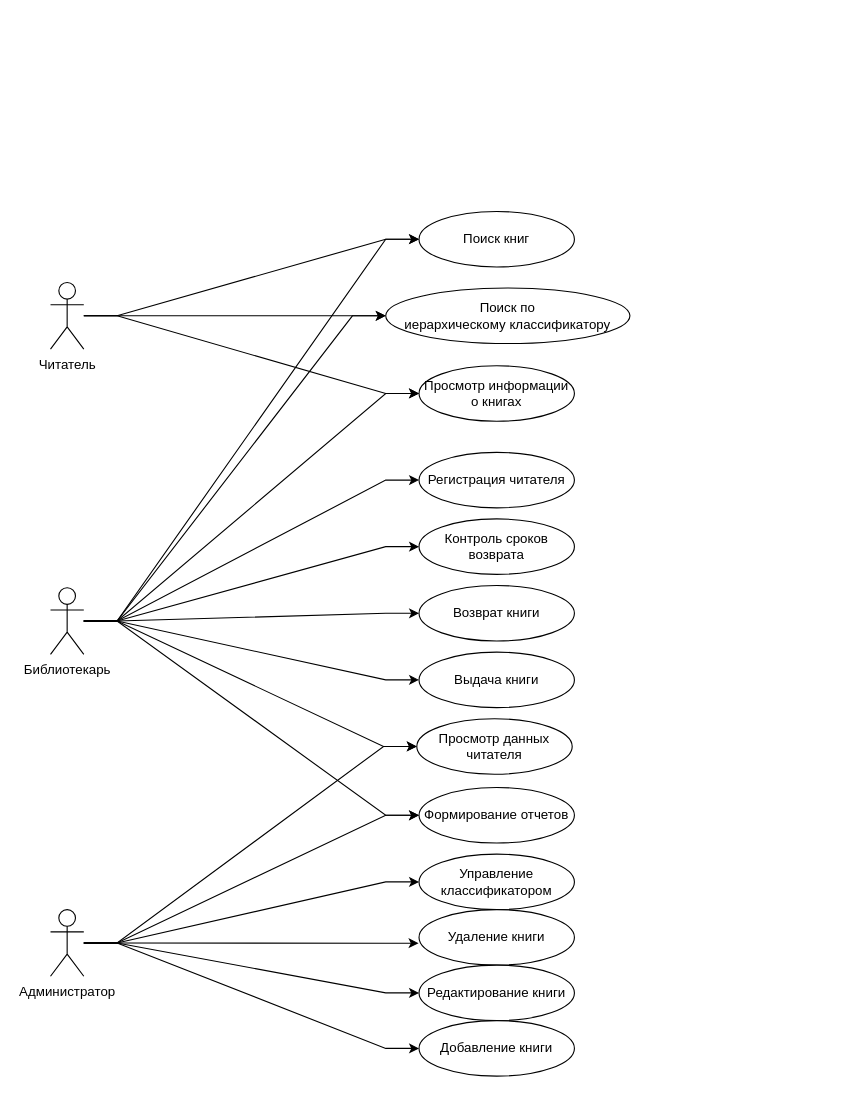
Before: page "UseCase" (1 of 4) of db_design.drawio in Alivaros/Course_Project_DB, a draw.io diagram. Source tidied: cells renumbered, new cells numbered last; positions are measured from the earlier drawing's top-left corner, leaving out a move shared by most shapes. Both pictures are drawn from the tidied source at 111%, with x=0, y=0 at pixel (50, 211).
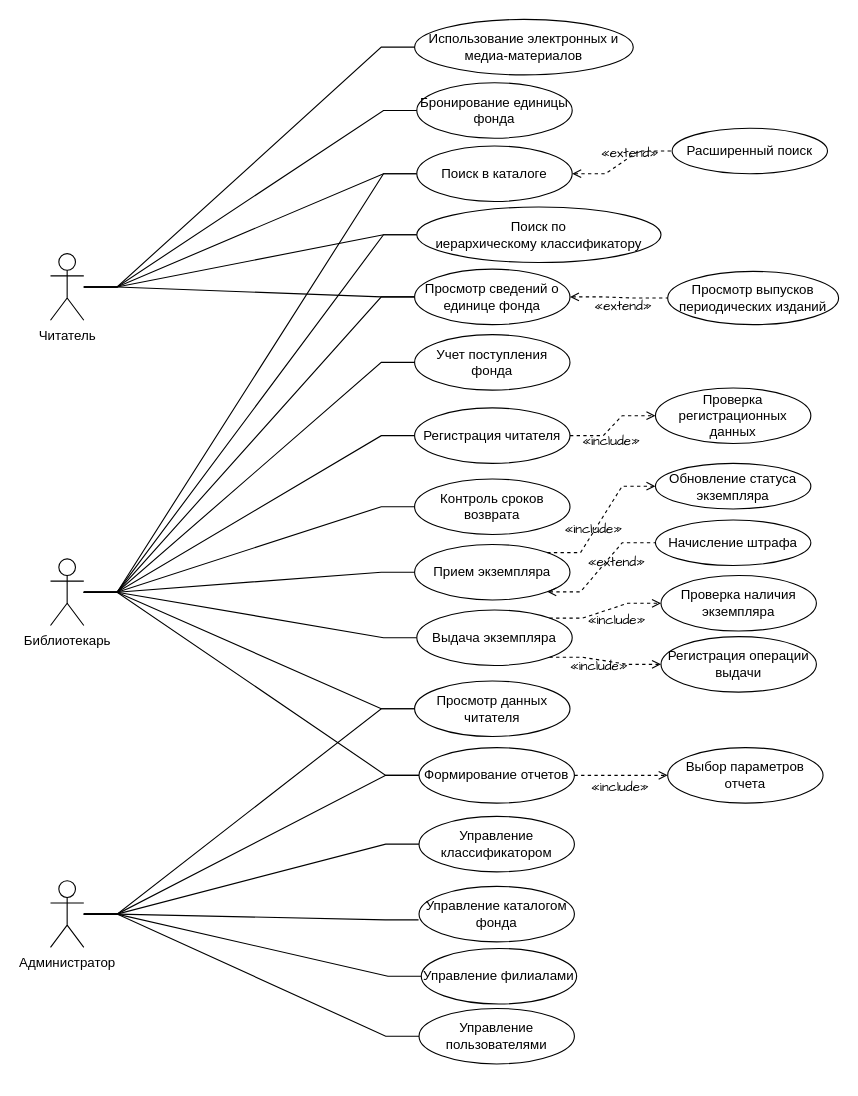
The same page after the edit.

Diff of the diagram source:
```diff
@@
-    <mxCell id="2" style="edgeStyle=entityRelationEdgeStyle;rounded=0;jettySize=auto;html=1;entryX=0;entryY=0.5;entryDx=0;entryDy=0;" parent="1" edge="1" source="5" target="21">
+    <mxCell id="2" style="edgeStyle=entityRelationEdgeStyle;rounded=0;jettySize=auto;html=1;entryX=0;entryY=0.5;entryDx=0;entryDy=0;endArrow=none;endFill=0;" parent="1" edge="1" source="5" target="21">
       <mxGeometry relative="1" as="geometry" />
     </mxCell>
-    <mxCell id="3" style="edgeStyle=entityRelationEdgeStyle;rounded=0;jettySize=auto;html=1;entryX=0;entryY=0.5;entryDx=0;entryDy=0;" parent="1" edge="1" source="5" target="22">
+    <mxCell id="3" style="edgeStyle=entityRelationEdgeStyle;rounded=0;jettySize=auto;html=1;entryX=0;entryY=0.5;entryDx=0;entryDy=0;endArrow=none;endFill=0;" parent="1" edge="1" source="5" target="22">
       <mxGeometry relative="1" as="geometry" />
     </mxCell>
-    <mxCell id="4" style="edgeStyle=entityRelationEdgeStyle;rounded=0;jettySize=auto;html=1;entryX=0;entryY=0.5;entryDx=0;entryDy=0;" parent="1" edge="1" source="5" target="23">
+    <mxCell id="4" style="edgeStyle=entityRelationEdgeStyle;rounded=0;jettySize=auto;html=1;entryX=0;entryY=0.5;entryDx=0;entryDy=0;endArrow=none;endFill=0;" parent="1" edge="1" source="5" target="23">
       <mxGeometry relative="1" as="geometry" />
     </mxCell>
     <mxCell id="5" value="Читатель" style="shape=umlActor;verticalLabelPosition=bottom;verticalAlign=top;html=1;outlineConnect=0;" parent="1" vertex="1">
-      <mxGeometry y="64" width="30" height="60" as="geometry" />
+      <mxGeometry y="38" width="30" height="60" as="geometry" />
     </mxCell>
-    <mxCell id="6" style="edgeStyle=entityRelationEdgeStyle;rounded=0;jettySize=auto;html=1;entryX=0;entryY=0.5;entryDx=0;entryDy=0;" parent="1" edge="1" source="15" target="29">
+    <mxCell id="6" style="edgeStyle=entityRelationEdgeStyle;rounded=0;jettySize=auto;html=1;entryX=0;entryY=0.5;entryDx=0;entryDy=0;endArrow=none;endFill=0;" parent="1" edge="1" source="15" target="29">
       <mxGeometry relative="1" as="geometry" />
     </mxCell>
-    <mxCell id="7" style="edgeStyle=entityRelationEdgeStyle;rounded=0;jettySize=auto;html=1;entryX=0;entryY=0.5;entryDx=0;entryDy=0;" parent="1" edge="1" source="15" target="26">
+    <mxCell id="7" style="edgeStyle=entityRelationEdgeStyle;rounded=0;jettySize=auto;html=1;entryX=0;entryY=0.5;entryDx=0;entryDy=0;endArrow=none;endFill=0;" parent="1" edge="1" source="15" target="26">
       <mxGeometry relative="1" as="geometry" />
     </mxCell>
-    <mxCell id="8" style="edgeStyle=entityRelationEdgeStyle;rounded=0;jettySize=auto;html=1;entryX=0;entryY=0.5;entryDx=0;entryDy=0;" parent="1" edge="1" source="15" target="28">
+    <mxCell id="8" style="edgeStyle=entityRelationEdgeStyle;rounded=0;jettySize=auto;html=1;entryX=0;entryY=0.5;entryDx=0;entryDy=0;endArrow=none;endFill=0;" parent="1" edge="1" source="15" target="28">
       <mxGeometry relative="1" as="geometry" />
     </mxCell>
-    <mxCell id="9" style="edgeStyle=entityRelationEdgeStyle;rounded=0;jettySize=auto;html=1;entryX=0;entryY=0.5;entryDx=0;entryDy=0;" parent="1" edge="1" source="15" target="27">
+    <mxCell id="9" style="edgeStyle=entityRelationEdgeStyle;rounded=0;jettySize=auto;html=1;entryX=0;entryY=0.5;entryDx=0;entryDy=0;endArrow=none;endFill=0;" parent="1" edge="1" source="15" target="27">
       <mxGeometry relative="1" as="geometry" />
     </mxCell>
-    <mxCell id="10" style="edgeStyle=entityRelationEdgeStyle;rounded=0;jettySize=auto;html=1;entryX=0;entryY=0.5;entryDx=0;entryDy=0;" parent="1" edge="1" source="15" target="25">
+    <mxCell id="10" style="edgeStyle=entityRelationEdgeStyle;rounded=0;jettySize=auto;html=1;entryX=0;entryY=0.5;entryDx=0;entryDy=0;endArrow=none;endFill=0;" parent="1" edge="1" source="15" target="25">
       <mxGeometry relative="1" as="geometry" />
     </mxCell>
-    <mxCell id="11" style="edgeStyle=entityRelationEdgeStyle;rounded=0;jettySize=auto;html=1;entryX=0;entryY=0.5;entryDx=0;entryDy=0;" parent="1" edge="1" source="15" target="24">
+    <mxCell id="11" style="edgeStyle=entityRelationEdgeStyle;rounded=0;jettySize=auto;html=1;entryX=0;entryY=0.5;entryDx=0;entryDy=0;endArrow=none;endFill=0;" parent="1" edge="1" source="15" target="24">
       <mxGeometry relative="1" as="geometry" />
     </mxCell>
-    <mxCell id="12" style="edgeStyle=entityRelationEdgeStyle;rounded=0;jettySize=auto;html=1;entryX=0;entryY=0.5;entryDx=0;entryDy=0;" parent="1" edge="1" source="15" target="21">
+    <mxCell id="12" style="edgeStyle=entityRelationEdgeStyle;rounded=0;jettySize=auto;html=1;entryX=0;entryY=0.5;entryDx=0;entryDy=0;endArrow=none;endFill=0;" parent="1" edge="1" source="15" target="21">
       <mxGeometry relative="1" as="geometry" />
     </mxCell>
-    <mxCell id="13" style="edgeStyle=entityRelationEdgeStyle;rounded=0;jettySize=auto;html=1;entryX=0;entryY=0.5;entryDx=0;entryDy=0;" parent="1" edge="1" source="15" target="22">
+    <mxCell id="13" style="edgeStyle=entityRelationEdgeStyle;rounded=0;jettySize=auto;html=1;entryX=0;entryY=0.5;entryDx=0;entryDy=0;endArrow=none;endFill=0;" parent="1" edge="1" source="15" target="22">
       <mxGeometry relative="1" as="geometry" />
     </mxCell>
-    <mxCell id="14" style="edgeStyle=entityRelationEdgeStyle;rounded=0;jettySize=auto;html=1;entryX=0;entryY=0.5;entryDx=0;entryDy=0;" parent="1" edge="1" source="15" target="23">
+    <mxCell id="14" style="edgeStyle=entityRelationEdgeStyle;rounded=0;jettySize=auto;html=1;entryX=0;entryY=0.5;entryDx=0;entryDy=0;endArrow=none;endFill=0;" parent="1" edge="1" source="15" target="23">
       <mxGeometry relative="1" as="geometry" />
     </mxCell>
     <mxCell id="15" value="Библиотекарь" style="shape=umlActor;verticalLabelPosition=bottom;verticalAlign=top;html=1;outlineConnect=0;" parent="1" vertex="1">
-      <mxGeometry y="339" width="30" height="60" as="geometry" />
+      <mxGeometry y="313" width="30" height="60" as="geometry" />
     </mxCell>
-    <mxCell id="16" style="edgeStyle=entityRelationEdgeStyle;rounded=0;jettySize=auto;html=1;entryX=0;entryY=0.5;entryDx=0;entryDy=0;" parent="1" edge="1" source="20" target="33">
-      <mxGeometry relative="1" as="geometry" />
-    </mxCell>
-    <mxCell id="17" style="edgeStyle=entityRelationEdgeStyle;rounded=0;jettySize=auto;html=1;entryX=0;entryY=0.5;entryDx=0;entryDy=0;" parent="1" edge="1" source="20" target="32">
-      <mxGeometry relative="1" as="geometry" />
-    </mxCell>
-    <mxCell id="18" style="edgeStyle=entityRelationEdgeStyle;rounded=0;jettySize=auto;html=1;entryX=0;entryY=0.5;entryDx=0;entryDy=0;" parent="1" edge="1" source="20" target="30">
+    <mxCell id="18" style="edgeStyle=entityRelationEdgeStyle;rounded=0;jettySize=auto;html=1;entryX=0;entryY=0.5;entryDx=0;entryDy=0;endArrow=none;endFill=0;" parent="1" edge="1" source="20" target="30">
       <mxGeometry relative="1" as="geometry" />
     </mxCell>
-    <mxCell id="19" style="edgeStyle=entityRelationEdgeStyle;rounded=0;jettySize=auto;html=1;entryX=0;entryY=0.5;entryDx=0;entryDy=0;" parent="1" edge="1" source="20" target="29">
+    <mxCell id="19" style="edgeStyle=entityRelationEdgeStyle;rounded=0;jettySize=auto;html=1;entryX=0;entryY=0.5;entryDx=0;entryDy=0;endArrow=none;endFill=0;" parent="1" edge="1" source="20" target="29">
       <mxGeometry relative="1" as="geometry" />
     </mxCell>
     <mxCell id="20" value="Администратор" style="shape=umlActor;verticalLabelPosition=bottom;verticalAlign=top;html=1;outlineConnect=0;" parent="1" vertex="1">
-      <mxGeometry y="629" width="30" height="60" as="geometry" />
+      <mxGeometry y="603" width="30" height="60" as="geometry" />
     </mxCell>
-    <mxCell id="21" value="Поиск книг" style="ellipse;whiteSpace=wrap;html=1;" parent="1" vertex="1">
-      <mxGeometry x="332" width="140" height="50" as="geometry" />
+    <mxCell id="21" value="Поиск в каталоге" style="ellipse;whiteSpace=wrap;html=1;" parent="1" vertex="1">
+      <mxGeometry x="330" y="-59" width="140" height="50" as="geometry" />
     </mxCell>
     <mxCell id="22" value="Поиск по иерархическому&amp;nbsp;классификатору" style="ellipse;whiteSpace=wrap;html=1;" parent="1" vertex="1">
-      <mxGeometry x="302" y="69" width="220" height="50" as="geometry" />
+      <mxGeometry x="330" y="-4" width="220" height="50" as="geometry" />
     </mxCell>
-    <mxCell id="23" value="Просмотр информации о книгах" style="ellipse;whiteSpace=wrap;html=1;" parent="1" vertex="1">
-      <mxGeometry x="332" y="139" width="140" height="50" as="geometry" />
+    <mxCell id="23" value="Просмотр сведений о единице фонда" style="ellipse;whiteSpace=wrap;html=1;" parent="1" vertex="1">
+      <mxGeometry x="328" y="52" width="140" height="50" as="geometry" />
     </mxCell>
     <mxCell id="24" value="Просмотр данных читателя" style="ellipse;whiteSpace=wrap;html=1;" parent="1" vertex="1">
-      <mxGeometry x="330" y="457" width="140" height="50" as="geometry" />
+      <mxGeometry x="328" y="423" width="140" height="50" as="geometry" />
     </mxCell>
     <mxCell id="25" value="Регистрация читателя" style="ellipse;whiteSpace=wrap;html=1;" parent="1" vertex="1">
-      <mxGeometry x="332" y="217" width="140" height="50" as="geometry" />
+      <mxGeometry x="328" y="177" width="140" height="50" as="geometry" />
     </mxCell>
     <mxCell id="26" value="Контроль сроков возврата" style="ellipse;whiteSpace=wrap;html=1;" parent="1" vertex="1">
-      <mxGeometry x="332" y="277" width="140" height="50" as="geometry" />
+      <mxGeometry x="328" y="241" width="140" height="50" as="geometry" />
     </mxCell>
-    <mxCell id="27" value="Возврат книги" style="ellipse;whiteSpace=wrap;html=1;" parent="1" vertex="1">
-      <mxGeometry x="332" y="337" width="140" height="50" as="geometry" />
+    <mxCell id="27" value="Прием экземпляра" style="ellipse;whiteSpace=wrap;html=1;" parent="1" vertex="1">
+      <mxGeometry x="328" y="300" width="140" height="50" as="geometry" />
     </mxCell>
-    <mxCell id="28" value="Выдача книги" style="ellipse;whiteSpace=wrap;html=1;" parent="1" vertex="1">
-      <mxGeometry x="332" y="397" width="140" height="50" as="geometry" />
+    <mxCell id="28" value="Выдача экземпляра" style="ellipse;whiteSpace=wrap;html=1;" parent="1" vertex="1">
+      <mxGeometry x="330" y="359" width="140" height="50" as="geometry" />
     </mxCell>
     <mxCell id="29" value="Формирование отчетов" style="ellipse;whiteSpace=wrap;html=1;" parent="1" vertex="1">
-      <mxGeometry x="332" y="519" width="140" height="50" as="geometry" />
+      <mxGeometry x="332" y="483" width="140" height="50" as="geometry" />
     </mxCell>
     <mxCell id="30" value="Управление классификатором" style="ellipse;whiteSpace=wrap;html=1;" parent="1" vertex="1">
-      <mxGeometry x="332" y="579" width="140" height="50" as="geometry" />
+      <mxGeometry x="332" y="545" width="140" height="50" as="geometry" />
     </mxCell>
-    <mxCell id="31" value="Удаление книги" style="ellipse;whiteSpace=wrap;html=1;" parent="1" vertex="1">
-      <mxGeometry x="332" y="629" width="140" height="50" as="geometry" />
+    <mxCell id="31" value="Управление каталогом фонда" style="ellipse;whiteSpace=wrap;html=1;" parent="1" vertex="1">
+      <mxGeometry x="332" y="608" width="140" height="50" as="geometry" />
     </mxCell>
-    <mxCell id="32" value="Редактирование книги" style="ellipse;whiteSpace=wrap;html=1;" parent="1" vertex="1">
-      <mxGeometry x="332" y="679" width="140" height="50" as="geometry" />
-    </mxCell>
-    <mxCell id="33" value="Добавление книги" style="ellipse;whiteSpace=wrap;html=1;" parent="1" vertex="1">
-      <mxGeometry x="332" y="729" width="140" height="50" as="geometry" />
-    </mxCell>
-    <mxCell id="34" style="edgeStyle=entityRelationEdgeStyle;rounded=0;jettySize=auto;html=1;entryX=-0.003;entryY=0.605;entryDx=0;entryDy=0;entryPerimeter=0;" parent="1" edge="1" source="20" target="31">
+    <mxCell id="34" style="edgeStyle=entityRelationEdgeStyle;rounded=0;jettySize=auto;html=1;entryX=-0.003;entryY=0.605;entryDx=0;entryDy=0;entryPerimeter=0;endArrow=none;endFill=0;" parent="1" edge="1" source="20" target="31">
       <mxGeometry relative="1" as="geometry" />
     </mxCell>
-    <mxCell id="35" style="edgeStyle=entityRelationEdgeStyle;rounded=0;jettySize=auto;html=1;" parent="1" edge="1" source="20" target="24">
+    <mxCell id="35" style="edgeStyle=entityRelationEdgeStyle;rounded=0;jettySize=auto;html=1;endArrow=none;endFill=0;" parent="1" edge="1" source="20" target="24">
       <mxGeometry relative="1" as="geometry" />
     </mxCell>
+    <mxCell id="36" value="Бронирование единицы фонда" style="ellipse;whiteSpace=wrap;html=1;" parent="1" vertex="1">
+      <mxGeometry x="330" y="-116" width="140" height="50" as="geometry" />
+    </mxCell>
+    <mxCell id="37" value="Использование электронных и медиа-материалов" style="ellipse;whiteSpace=wrap;html=1;" parent="1" vertex="1">
+      <mxGeometry x="328" y="-173" width="197" height="50" as="geometry" />
+    </mxCell>
+    <mxCell id="38" style="edgeStyle=entityRelationEdgeStyle;rounded=0;jettySize=auto;html=1;entryX=0;entryY=0.5;entryDx=0;entryDy=0;endArrow=none;endFill=0;" parent="1" edge="1" source="5" target="36">
+      <mxGeometry relative="1" as="geometry" />
+    </mxCell>
+    <mxCell id="39" style="edgeStyle=entityRelationEdgeStyle;rounded=0;jettySize=auto;html=1;entryX=0;entryY=0.5;entryDx=0;entryDy=0;endArrow=none;endFill=0;" parent="1" edge="1" source="5" target="37">
+      <mxGeometry relative="1" as="geometry" />
+    </mxCell>
+    <mxCell id="40" value="Учет поступления фонда" style="ellipse;whiteSpace=wrap;html=1;" parent="1" vertex="1">
+      <mxGeometry x="328" y="111" width="140" height="50" as="geometry" />
+    </mxCell>
+    <mxCell id="41" style="edgeStyle=entityRelationEdgeStyle;rounded=0;jettySize=auto;html=1;entryX=0;entryY=0.5;entryDx=0;entryDy=0;endArrow=none;endFill=0;" parent="1" edge="1" source="15" target="40">
+      <mxGeometry relative="1" as="geometry" />
+    </mxCell>
+    <mxCell id="42" value="Управление филиалами" style="ellipse;whiteSpace=wrap;html=1;" parent="1" vertex="1">
+      <mxGeometry x="334" y="664" width="140" height="50" as="geometry" />
+    </mxCell>
+    <mxCell id="43" style="edgeStyle=entityRelationEdgeStyle;rounded=0;jettySize=auto;html=1;entryX=0;entryY=0.5;entryDx=0;entryDy=0;endArrow=none;endFill=0;" parent="1" edge="1" source="20" target="42">
+      <mxGeometry relative="1" as="geometry" />
+    </mxCell>
+    <mxCell id="44" value="Управление пользователями" style="ellipse;whiteSpace=wrap;html=1;" parent="1" vertex="1">
+      <mxGeometry x="332" y="718" width="140" height="50" as="geometry" />
+    </mxCell>
+    <mxCell id="45" style="edgeStyle=entityRelationEdgeStyle;rounded=0;jettySize=auto;html=1;entryX=0;entryY=0.5;entryDx=0;entryDy=0;endArrow=none;endFill=0;" parent="1" edge="1" source="20" target="44">
+      <mxGeometry relative="1" as="geometry" />
+    </mxCell>
+    <mxCell id="46" style="edgeStyle=entityRelationEdgeStyle;rounded=0;jettySize=auto;html=1;exitX=1;exitY=0;exitDx=0;exitDy=0;entryX=0;entryY=0.5;entryDx=0;entryDy=0;dashed=1;endArrow=open;endFill=0;" parent="1" edge="1" source="28" target="47">
+      <mxGeometry relative="1" as="geometry" />
+    </mxCell>
+    <mxCell id="47" value="Проверка наличия экземпляра" style="ellipse;whiteSpace=wrap;html=1;" parent="1" vertex="1">
+      <mxGeometry x="550" y="328" width="140" height="50" as="geometry" />
+    </mxCell>
+    <mxCell id="48" value="«&lt;span style=&quot;background-color: transparent; color: light-dark(rgb(0, 0, 0), rgb(255, 255, 255));&quot;&gt;include»&lt;/span&gt;" style="text;whiteSpace=wrap;html=1;fontFamily=Architects Daughter;" parent="1" vertex="1">
+      <mxGeometry x="482" y="355" width="51" height="23" as="geometry" />
+    </mxCell>
+    <mxCell id="49" style="edgeStyle=entityRelationEdgeStyle;rounded=0;jettySize=auto;html=1;exitX=1;exitY=1;exitDx=0;exitDy=0;entryX=0;entryY=0.5;entryDx=0;entryDy=0;dashed=1;endArrow=open;endFill=0;" parent="1" edge="1" source="28" target="50">
+      <mxGeometry relative="1" as="geometry" />
+    </mxCell>
+    <mxCell id="50" value="Регистрация операции выдачи" style="ellipse;whiteSpace=wrap;html=1;" parent="1" vertex="1">
+      <mxGeometry x="550" y="383" width="140" height="50" as="geometry" />
+    </mxCell>
+    <mxCell id="51" value="«&lt;span style=&quot;background-color: transparent; color: light-dark(rgb(0, 0, 0), rgb(255, 255, 255));&quot;&gt;include»&lt;/span&gt;" style="text;whiteSpace=wrap;html=1;fontFamily=Architects Daughter;" parent="1" vertex="1">
+      <mxGeometry x="466" y="396.5" width="51" height="23" as="geometry" />
+    </mxCell>
+    <mxCell id="52" style="edgeStyle=entityRelationEdgeStyle;rounded=0;jettySize=auto;html=1;exitX=1;exitY=0;exitDx=0;exitDy=0;entryX=0;entryY=0.5;entryDx=0;entryDy=0;dashed=1;endArrow=open;endFill=0;" parent="1" edge="1" source="27" target="53">
+      <mxGeometry relative="1" as="geometry" />
+    </mxCell>
+    <mxCell id="53" value="Обновление статуса экземпляра" style="ellipse;whiteSpace=wrap;html=1;" parent="1" vertex="1">
+      <mxGeometry x="545" y="227" width="140" height="41" as="geometry" />
+    </mxCell>
+    <mxCell id="54" value="«&lt;span style=&quot;background-color: transparent; color: light-dark(rgb(0, 0, 0), rgb(255, 255, 255));&quot;&gt;include»&lt;/span&gt;" style="text;whiteSpace=wrap;html=1;fontFamily=Architects Daughter;" parent="1" vertex="1">
+      <mxGeometry x="461" y="273" width="51" height="23" as="geometry" />
+    </mxCell>
+    <mxCell id="55" style="edgeStyle=entityRelationEdgeStyle;rounded=0;jettySize=auto;html=1;exitX=1;exitY=0.5;exitDx=0;exitDy=0;entryX=0;entryY=0.5;entryDx=0;entryDy=0;dashed=1;endArrow=open;endFill=0;" parent="1" edge="1" source="25" target="56">
+      <mxGeometry relative="1" as="geometry" />
+    </mxCell>
+    <mxCell id="56" value="Проверка регистрационных данных" style="ellipse;whiteSpace=wrap;html=1;" parent="1" vertex="1">
+      <mxGeometry x="545" y="159" width="140" height="50" as="geometry" />
+    </mxCell>
+    <mxCell id="57" value="«&lt;span style=&quot;background-color: transparent; color: light-dark(rgb(0, 0, 0), rgb(255, 255, 255));&quot;&gt;include»&lt;/span&gt;" style="text;whiteSpace=wrap;html=1;fontFamily=Architects Daughter;" parent="1" vertex="1">
+      <mxGeometry x="477" y="194" width="51" height="23" as="geometry" />
+    </mxCell>
+    <mxCell id="58" style="edgeStyle=entityRelationEdgeStyle;rounded=0;jettySize=auto;html=1;exitX=1;exitY=0.5;exitDx=0;exitDy=0;entryX=0;entryY=0.5;entryDx=0;entryDy=0;dashed=1;endArrow=open;endFill=0;" parent="1" edge="1" source="29" target="59">
+      <mxGeometry relative="1" as="geometry" />
+    </mxCell>
+    <mxCell id="59" value="Выбор параметров отчета" style="ellipse;whiteSpace=wrap;html=1;" parent="1" vertex="1">
+      <mxGeometry x="556" y="483" width="140" height="50" as="geometry" />
+    </mxCell>
+    <mxCell id="60" value="«&lt;span style=&quot;background-color: transparent; color: light-dark(rgb(0, 0, 0), rgb(255, 255, 255));&quot;&gt;include»&lt;/span&gt;" style="text;whiteSpace=wrap;html=1;fontFamily=Architects Daughter;" parent="1" vertex="1">
+      <mxGeometry x="485" y="506" width="51" height="23" as="geometry" />
+    </mxCell>
+    <mxCell id="61" value="Начисление штрафа" style="ellipse;whiteSpace=wrap;html=1;" parent="1" vertex="1">
+      <mxGeometry x="545" y="278" width="140" height="41" as="geometry" />
+    </mxCell>
+    <mxCell id="62" value="«extend&lt;span style=&quot;background-color: transparent; color: light-dark(rgb(0, 0, 0), rgb(255, 255, 255));&quot;&gt;»&lt;/span&gt;" style="text;whiteSpace=wrap;html=1;fontFamily=Architects Daughter;" parent="1" vertex="1">
+      <mxGeometry x="482" y="303" width="51" height="23" as="geometry" />
+    </mxCell>
+    <mxCell id="63" value="Расширенный поиск" style="ellipse;whiteSpace=wrap;html=1;" parent="1" vertex="1">
+      <mxGeometry x="560" y="-75" width="140" height="41" as="geometry" />
+    </mxCell>
+    <mxCell id="64" style="edgeStyle=entityRelationEdgeStyle;rounded=0;jettySize=auto;html=1;exitX=1;exitY=0.5;exitDx=0;exitDy=0;dashed=1;endArrow=none;endFill=0;entryX=0;entryY=0.5;entryDx=0;entryDy=0;startArrow=open;startFill=0;" parent="1" edge="1" source="21" target="63">
+      <mxGeometry relative="1" as="geometry" />
+    </mxCell>
+    <mxCell id="65" value="«extend&lt;span style=&quot;background-color: transparent; color: light-dark(rgb(0, 0, 0), rgb(255, 255, 255));&quot;&gt;»&lt;/span&gt;" style="text;whiteSpace=wrap;html=1;fontFamily=Architects Daughter;" parent="1" vertex="1">
+      <mxGeometry x="494" y="-66" width="51" height="23" as="geometry" />
+    </mxCell>
+    <mxCell id="66" style="edgeStyle=entityRelationEdgeStyle;rounded=0;jettySize=auto;html=1;exitX=1;exitY=1;exitDx=0;exitDy=0;dashed=1;endArrow=none;endFill=0;entryX=0;entryY=0.5;entryDx=0;entryDy=0;startArrow=open;startFill=0;" parent="1" edge="1" source="27" target="61">
+      <mxGeometry relative="1" as="geometry" />
+    </mxCell>
+    <mxCell id="67" value="Просмотр выпусков периодических изданий" style="ellipse;whiteSpace=wrap;html=1;" parent="1" vertex="1">
+      <mxGeometry x="556" y="54" width="154" height="48" as="geometry" />
+    </mxCell>
+    <mxCell id="68" style="edgeStyle=entityRelationEdgeStyle;rounded=0;jettySize=auto;html=1;exitX=1;exitY=0.5;exitDx=0;exitDy=0;dashed=1;endArrow=none;endFill=0;entryX=0;entryY=0.5;entryDx=0;entryDy=0;startArrow=open;startFill=0;" parent="1" edge="1" source="23" target="67">
+      <mxGeometry relative="1" as="geometry" />
+    </mxCell>
+    <mxCell id="69" value="«extend&lt;span style=&quot;background-color: transparent; color: light-dark(rgb(0, 0, 0), rgb(255, 255, 255));&quot;&gt;»&lt;/span&gt;" style="text;whiteSpace=wrap;html=1;fontFamily=Architects Daughter;" parent="1" vertex="1">
+      <mxGeometry x="488" y="72" width="51" height="23" as="geometry" />
+    </mxCell>
```
